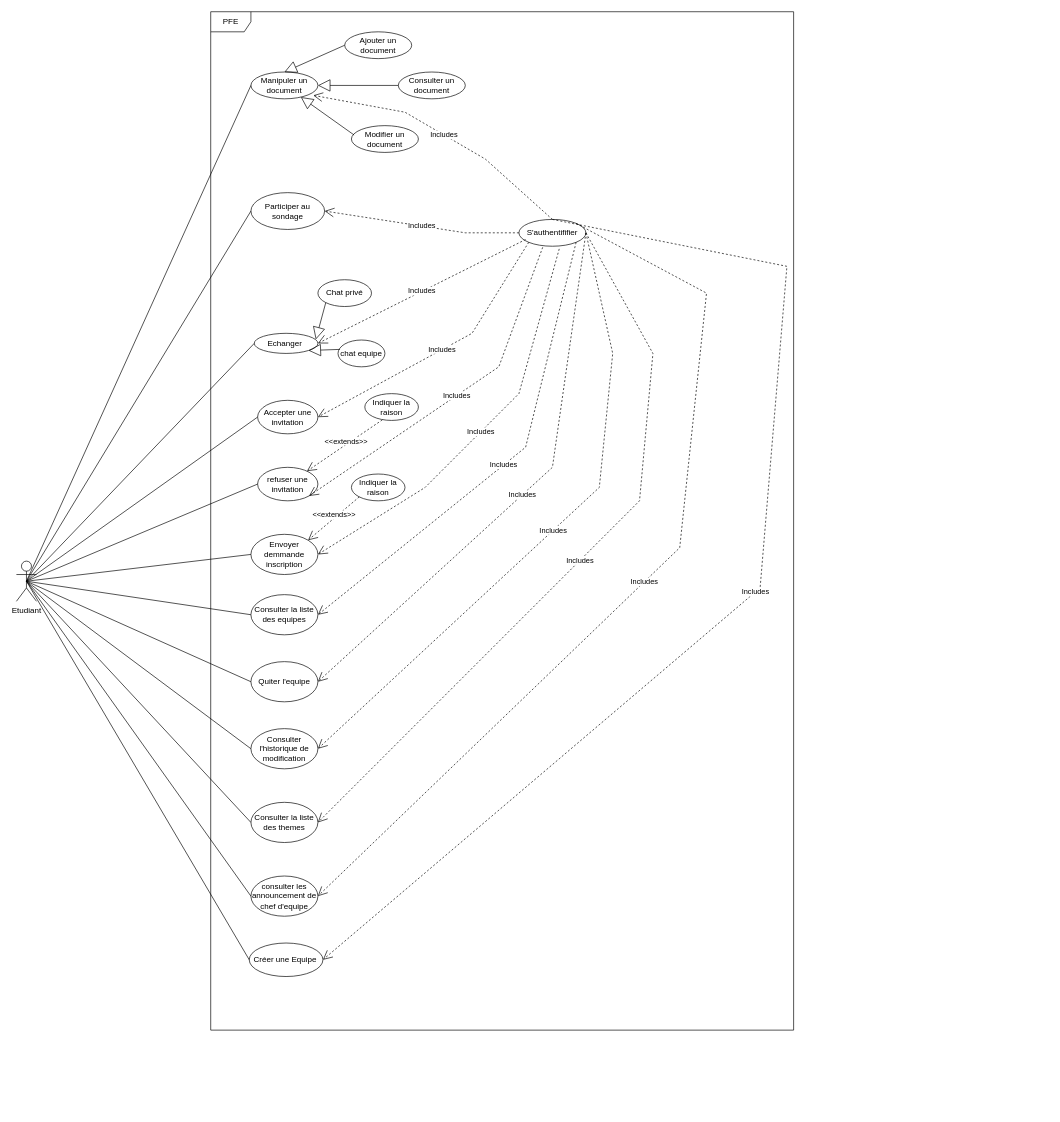
Before: diagrams/useCasesEtudiant.drawio in stormsidali2001/PFE_third_year_school_project_front, a draw.io diagram. Source tidied: cells renumbered, new cells numbered last; positions are measured from the earlier drawing's top-left corner, leaving out a move shared by most shapes. Both pictures are drawn from the tidied source at 67%, with x=0, y=0 at pixel (16, 11).
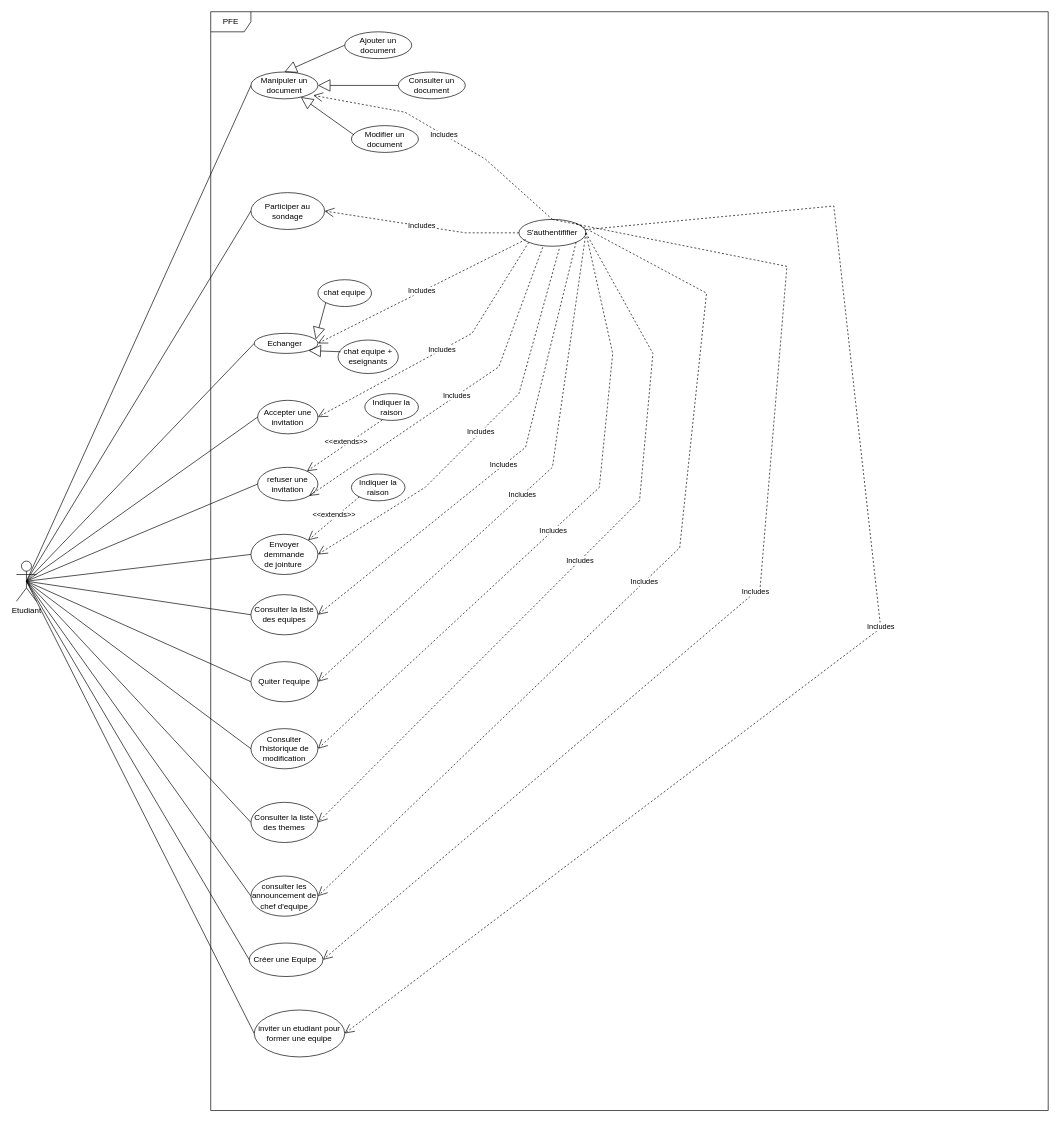
Above is the later version.

The change refers to these unchanged cells:
```xml
<mxCell id="3" value="Etudiant" style="shape=umlActor;verticalLabelPosition=bottom;verticalAlign=top;html=1;outlineConnect=0;" parent="1" vertex="1">
  <mxGeometry y="820" width="30" height="60" as="geometry" />
</mxCell>
<mxCell id="4" value="S'authentififier" style="ellipse;whiteSpace=wrap;html=1;" parent="1" vertex="1">
  <mxGeometry x="750" y="310" width="100" height="40" as="geometry" />
</mxCell>
<mxCell id="8" value="Modifier un document" style="ellipse;whiteSpace=wrap;html=1;" parent="1" vertex="1">
  <mxGeometry x="500" y="170" width="100" height="40" as="geometry" />
</mxCell>
```

Change to the diagram source:
```diff
@@
     <mxCell id="2" value="PFE" style="shape=umlFrame;whiteSpace=wrap;html=1;" parent="1" vertex="1">
-      <mxGeometry x="290" width="870" height="1520" as="geometry" />
+      <mxGeometry x="290" width="1250" height="1640" as="geometry" />
     </mxCell>
@@
-    <mxCell id="7" style="edgeStyle=orthogonalEdgeStyle;rounded=0;jettySize=auto;html=1;exitX=1;exitY=0;exitDx=0;exitDy=0;entryX=0.31;entryY=0.116;entryDx=0;entryDy=0;entryPerimeter=0;" parent="1" edge="1" source="8" target="2">
-      <mxGeometry relative="1" as="geometry" />
-    </mxCell>
@@
-    <mxCell id="16" value="&lt;div&gt;&lt;span&gt;Chat privé&lt;/span&gt;&lt;/div&gt;" style="ellipse;whiteSpace=wrap;html=1;" parent="1" vertex="1">
+    <mxCell id="16" value="&lt;div&gt;&lt;span&gt;chat equipe&lt;/span&gt;&lt;/div&gt;" style="ellipse;whiteSpace=wrap;html=1;" parent="1" vertex="1">
       <mxGeometry x="450" y="400" width="80" height="40" as="geometry" />
     </mxCell>
@@
-    <mxCell id="18" value="&lt;div&gt;&lt;span&gt;chat equipe&lt;/span&gt;&lt;/div&gt;" style="ellipse;whiteSpace=wrap;html=1;" parent="1" vertex="1">
-      <mxGeometry x="480" y="490" width="70" height="40" as="geometry" />
+    <mxCell id="18" value="&lt;div&gt;&lt;span&gt;chat equipe + eseignants&lt;/span&gt;&lt;/div&gt;" style="ellipse;whiteSpace=wrap;html=1;" parent="1" vertex="1">
+      <mxGeometry x="480" y="490" width="90" height="50" as="geometry" />
     </mxCell>
@@
-    <mxCell id="24" value="Envoyer demmande&lt;br&gt;inscription" style="ellipse;whiteSpace=wrap;html=1;" parent="1" vertex="1">
+    <mxCell id="24" value="Envoyer demmande&lt;br&gt;de jointure&amp;nbsp;" style="ellipse;whiteSpace=wrap;html=1;" parent="1" vertex="1">
       <mxGeometry x="350" y="780" width="100" height="60" as="geometry" />
     </mxCell>
@@
+    <mxCell id="56" value="inviter un etudiant pour former une equipe" style="ellipse;whiteSpace=wrap;html=1;" parent="1" vertex="1">
+      <mxGeometry x="355" y="1490" width="135" height="70" as="geometry" />
+    </mxCell>
+    <mxCell id="57" style="endArrow=none;html=1;rounded=0;entryX=0.5;entryY=0.5;entryDx=0;entryDy=0;entryPerimeter=0;exitX=0;exitY=0.5;exitDx=0;exitDy=0;" parent="1" edge="1" source="56" target="3">
+      <mxGeometry relative="1" as="geometry" />
+    </mxCell>
+    <mxCell id="58" value="Includes" style="endArrow=open;endSize=12;dashed=1;html=1;rounded=0;entryX=1;entryY=0.5;entryDx=0;entryDy=0;" parent="1" edge="1" source="4" target="56">
+      <mxGeometry relative="1" as="geometry">
+        <Array as="points">
+          <mxPoint x="1220" y="290" />
+          <mxPoint x="1290" y="920" />
+        </Array>
+      </mxGeometry>
+    </mxCell>
```
